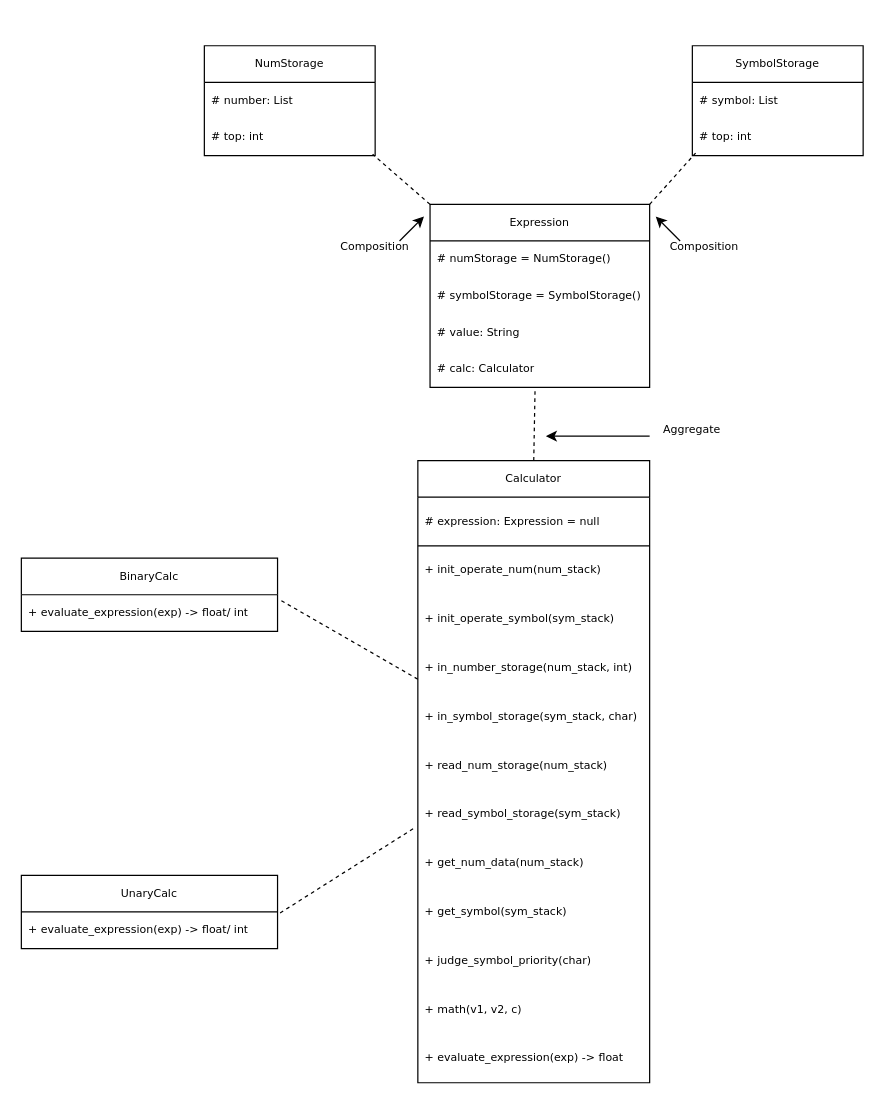
Earlier version of the draw.io diagram Lab1ClassDiagram.drawio (matty-gg/CSE2102-SP24-Lab1-Group19). Source tidied: cells renumbered, new cells numbered last; positions are measured from the earlier drawing's top-left corner, leaving out a move shared by most shapes. Both pictures are drawn from the tidied source at 122%, with x=0, y=0 at pixel (21, 45).
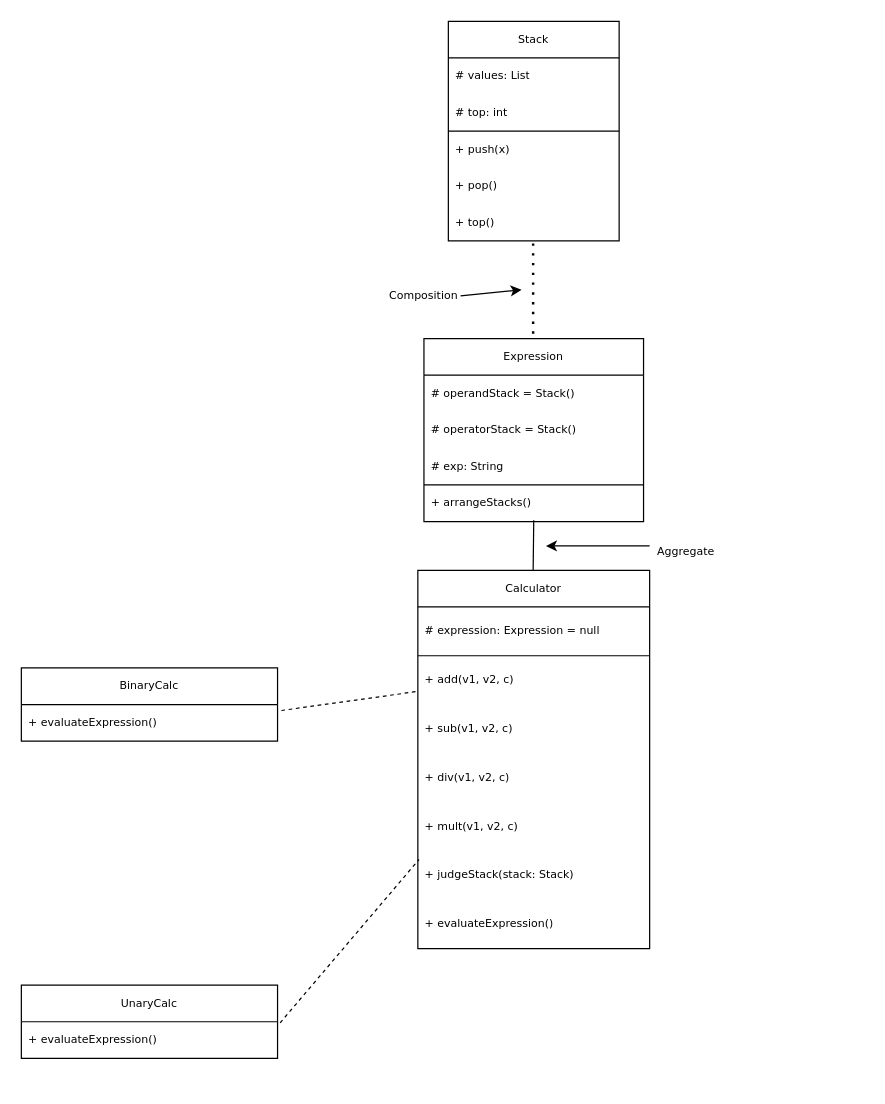
The same diagram, later.

The change refers to these unchanged cells:
```xml
<mxCell id="4" value="# top: int" style="text;strokeColor=none;fillColor=none;align=left;verticalAlign=middle;spacingLeft=4;spacingRight=4;overflow=hidden;points=[[0,0.5],[1,0.5]];portConstraint=eastwest;whiteSpace=wrap;html=1;perimeterSpacing=4;fontSize=9;fontFamily=Verdana;" parent="2" vertex="1">
  <mxGeometry y="60" width="140" height="30" as="geometry" />
</mxCell>
```

What changed in the source:
```diff
@@
-    <mxCell id="2" value="NumStorage" style="swimlane;fontStyle=0;horizontal=1;startSize=30;whiteSpace=wrap;html=1;fontSize=9;fontFamily=Verdana;" parent="1" vertex="1">
-      <mxGeometry x="150" width="140" height="90" as="geometry" />
+    <mxCell id="2" value="Stack" style="swimlane;fontStyle=0;horizontal=1;startSize=30;whiteSpace=wrap;html=1;fontSize=9;fontFamily=Verdana;" parent="1" vertex="1">
+      <mxGeometry x="350" y="-20" width="140" height="180" as="geometry" />
     </mxCell>
-    <mxCell id="3" value="# number: List" style="text;strokeColor=none;fillColor=none;align=left;verticalAlign=middle;spacingLeft=4;spacingRight=4;overflow=hidden;whiteSpace=wrap;html=1;fontSize=9;fontFamily=Verdana;" parent="2" vertex="1">
+    <mxCell id="3" value="# values: List" style="text;strokeColor=none;fillColor=none;align=left;verticalAlign=middle;spacingLeft=4;spacingRight=4;overflow=hidden;whiteSpace=wrap;html=1;fontSize=9;fontFamily=Verdana;" parent="2" vertex="1">
       <mxGeometry y="30" width="140" height="30" as="geometry" />
     </mxCell>
@@
-    <mxCell id="5" value="SymbolStorage" style="swimlane;fontStyle=0;horizontal=1;startSize=30;whiteSpace=wrap;html=1;fontSize=9;fontFamily=Verdana;" parent="1" vertex="1">
-      <mxGeometry x="550" width="140" height="90" as="geometry" />
-    </mxCell>
-    <mxCell id="6" value="# symbol: List" style="text;strokeColor=none;fillColor=none;align=left;verticalAlign=middle;spacingLeft=4;spacingRight=4;overflow=hidden;whiteSpace=wrap;html=1;fontSize=9;fontFamily=Verdana;" parent="5" vertex="1">
-      <mxGeometry y="30" width="140" height="30" as="geometry" />
-    </mxCell>
-    <mxCell id="7" value="# top: int" style="text;strokeColor=none;fillColor=none;align=left;verticalAlign=middle;spacingLeft=4;spacingRight=4;overflow=hidden;points=[[0,0.5],[1,0.5]];portConstraint=eastwest;whiteSpace=wrap;html=1;fontSize=9;fontFamily=Verdana;" parent="5" vertex="1">
-      <mxGeometry y="60" width="140" height="30" as="geometry" />
-    </mxCell>
+    <mxCell id="42" style="endArrow=none;html=1;rounded=0;" parent="2" edge="1">
+      <mxGeometry relative="1" as="geometry">
+        <mxPoint y="90" as="sourcePoint" />
+        <mxPoint x="140" y="90" as="targetPoint" />
+      </mxGeometry>
+    </mxCell>
+    <mxCell id="43" value="+ push(x)" style="text;strokeColor=none;fillColor=none;align=left;verticalAlign=middle;spacingLeft=4;spacingRight=4;overflow=hidden;whiteSpace=wrap;html=1;perimeterSpacing=4;fontSize=9;fontFamily=Verdana;" parent="2" vertex="1">
+      <mxGeometry y="90" width="140" height="30" as="geometry" />
+    </mxCell>
+    <mxCell id="44" value="+ pop()" style="text;strokeColor=none;fillColor=none;align=left;verticalAlign=middle;spacingLeft=4;spacingRight=4;overflow=hidden;whiteSpace=wrap;html=1;perimeterSpacing=4;fontSize=9;fontFamily=Verdana;" parent="2" vertex="1">
+      <mxGeometry y="120" width="140" height="30" as="geometry" />
+    </mxCell>
+    <mxCell id="45" value="+ top()" style="text;strokeColor=none;fillColor=none;align=left;verticalAlign=middle;spacingLeft=4;spacingRight=4;overflow=hidden;whiteSpace=wrap;html=1;perimeterSpacing=4;fontSize=9;fontFamily=Verdana;" parent="2" vertex="1">
+      <mxGeometry y="150" width="140" height="30" as="geometry" />
+    </mxCell>
     <mxCell id="8" value="Calculator" style="swimlane;fontStyle=0;horizontal=1;startSize=30;whiteSpace=wrap;html=1;fontSize=9;fontFamily=Verdana;" parent="1" vertex="1">
-      <mxGeometry x="325" y="340" width="190" height="510" as="geometry" />
+      <mxGeometry x="325" y="430" width="190" height="310" as="geometry" />
     </mxCell>
@@
-    <mxCell id="11" value="+ init_operate_num(num_stack)" style="text;strokeColor=none;fillColor=none;align=left;verticalAlign=middle;spacingLeft=4;spacingRight=4;overflow=hidden;whiteSpace=wrap;html=1;fontSize=9;fontFamily=Verdana;flipH=1;direction=east;" parent="8" vertex="1">
-      <mxGeometry y="70" width="190" height="40" as="geometry" />
-    </mxCell>
-    <mxCell id="12" value="+ init_operate_symbol(sym_stack)" style="text;strokeColor=none;fillColor=none;align=left;verticalAlign=middle;spacingLeft=4;spacingRight=4;overflow=hidden;whiteSpace=wrap;html=1;fontSize=9;fontFamily=Verdana;flipH=1;direction=east;" parent="8" vertex="1">
-      <mxGeometry y="110" width="190" height="40" as="geometry" />
-    </mxCell>
-    <mxCell id="13" value="+ in_number_storage(num_stack, int)" style="text;strokeColor=none;fillColor=none;align=left;verticalAlign=middle;spacingLeft=4;spacingRight=4;overflow=hidden;points=[[0,0.5],[1,0.5]];portConstraint=eastwest;whiteSpace=wrap;html=1;fontSize=9;fontFamily=Verdana;flipH=1;direction=east;" parent="8" vertex="1">
-      <mxGeometry y="150" width="190" height="40" as="geometry" />
-    </mxCell>
-    <mxCell id="14" value="+ in_symbol_storage(sym_stack, char)" style="text;strokeColor=none;fillColor=none;align=left;verticalAlign=middle;spacingLeft=4;spacingRight=4;overflow=hidden;whiteSpace=wrap;html=1;fontSize=9;fontFamily=Verdana;flipH=1;direction=east;" parent="8" vertex="1">
-      <mxGeometry y="190" width="190" height="40" as="geometry" />
-    </mxCell>
-    <mxCell id="15" value="+ read_num_storage(num_stack)" style="text;strokeColor=none;fillColor=none;align=left;verticalAlign=middle;spacingLeft=4;spacingRight=4;overflow=hidden;whiteSpace=wrap;html=1;fontSize=9;fontFamily=Verdana;flipH=1;direction=east;" parent="8" vertex="1">
-      <mxGeometry y="230" width="190" height="40" as="geometry" />
-    </mxCell>
-    <mxCell id="16" value="+ read_symbol_storage(sym_stack)" style="text;strokeColor=none;fillColor=none;align=left;verticalAlign=middle;spacingLeft=4;spacingRight=4;overflow=hidden;points=[[0,0.5],[1,0.5]];portConstraint=eastwest;whiteSpace=wrap;html=1;fontSize=9;fontFamily=Verdana;flipH=1;direction=east;" parent="8" vertex="1">
-      <mxGeometry y="270" width="190" height="40" as="geometry" />
-    </mxCell>
-    <mxCell id="17" value="+ get_num_data(num_stack)" style="text;strokeColor=none;fillColor=none;align=left;verticalAlign=middle;spacingLeft=4;spacingRight=4;overflow=hidden;whiteSpace=wrap;html=1;fontSize=9;fontFamily=Verdana;flipH=1;direction=east;" parent="8" vertex="1">
-      <mxGeometry y="310" width="190" height="40" as="geometry" />
-    </mxCell>
-    <mxCell id="18" value="+ get_symbol(sym_stack)" style="text;strokeColor=none;fillColor=none;align=left;verticalAlign=middle;spacingLeft=4;spacingRight=4;overflow=hidden;whiteSpace=wrap;html=1;fontSize=9;fontFamily=Verdana;flipH=1;direction=east;" parent="8" vertex="1">
-      <mxGeometry y="350" width="190" height="40" as="geometry" />
-    </mxCell>
-    <mxCell id="19" value="+ judge_symbol_priority(char)" style="text;strokeColor=none;fillColor=none;align=left;verticalAlign=middle;spacingLeft=4;spacingRight=4;overflow=hidden;whiteSpace=wrap;html=1;fontSize=9;fontFamily=Verdana;flipH=1;direction=east;" parent="8" vertex="1">
-      <mxGeometry y="390" width="190" height="40" as="geometry" />
-    </mxCell>
+    <mxCell id="46" value="+ add(v1, v2, c)" style="text;strokeColor=none;fillColor=none;align=left;verticalAlign=middle;spacingLeft=4;spacingRight=4;overflow=hidden;whiteSpace=wrap;html=1;fontSize=9;fontFamily=Verdana;flipH=1;direction=east;" parent="8" vertex="1">
+      <mxGeometry y="70" width="190" height="40" as="geometry" />
+    </mxCell>
+    <mxCell id="47" value="+ sub(v1, v2, c)" style="text;strokeColor=none;fillColor=none;align=left;verticalAlign=middle;spacingLeft=4;spacingRight=4;overflow=hidden;whiteSpace=wrap;html=1;fontSize=9;fontFamily=Verdana;flipH=1;direction=east;" parent="8" vertex="1">
+      <mxGeometry y="110" width="190" height="40" as="geometry" />
+    </mxCell>
+    <mxCell id="48" value="+ div(v1, v2, c)" style="text;strokeColor=none;fillColor=none;align=left;verticalAlign=middle;spacingLeft=4;spacingRight=4;overflow=hidden;whiteSpace=wrap;html=1;fontSize=9;fontFamily=Verdana;flipH=1;direction=east;" parent="8" vertex="1">
+      <mxGeometry y="150" width="190" height="40" as="geometry" />
+    </mxCell>
+    <mxCell id="49" value="+ mult(v1, v2, c)" style="text;strokeColor=none;fillColor=none;align=left;verticalAlign=middle;spacingLeft=4;spacingRight=4;overflow=hidden;whiteSpace=wrap;html=1;fontSize=9;fontFamily=Verdana;flipH=1;direction=east;" parent="8" vertex="1">
+      <mxGeometry y="190" width="190" height="40" as="geometry" />
+    </mxCell>
-    <mxCell id="20" value="+ math(v1, v2, c)" style="text;strokeColor=none;fillColor=none;align=left;verticalAlign=middle;spacingLeft=4;spacingRight=4;overflow=hidden;points=[[0,0.5],[1,0.5]];portConstraint=eastwest;whiteSpace=wrap;html=1;fontSize=9;fontFamily=Verdana;flipH=1;direction=east;" parent="8" vertex="1">
-      <mxGeometry y="430" width="190" height="40" as="geometry" />
+    <mxCell id="20" value="+ judgeStack(stack: Stack)" style="text;strokeColor=none;fillColor=none;align=left;verticalAlign=middle;spacingLeft=4;spacingRight=4;overflow=hidden;points=[[0,0.5],[1,0.5]];portConstraint=eastwest;whiteSpace=wrap;html=1;fontSize=9;fontFamily=Verdana;flipH=1;direction=east;" parent="8" vertex="1">
+      <mxGeometry y="230" width="190" height="40" as="geometry" />
     </mxCell>
-    <mxCell id="21" value="+ evaluate_expression(exp) -&amp;gt; float" style="text;strokeColor=none;fillColor=none;align=left;verticalAlign=middle;spacingLeft=4;spacingRight=4;overflow=hidden;whiteSpace=wrap;html=1;fontSize=9;fontFamily=Verdana;flipH=1;direction=east;" parent="8" vertex="1">
-      <mxGeometry y="470" width="190" height="40" as="geometry" />
+    <mxCell id="21" value="+ evaluateExpression()" style="text;strokeColor=none;fillColor=none;align=left;verticalAlign=middle;spacingLeft=4;spacingRight=4;overflow=hidden;whiteSpace=wrap;html=1;fontSize=9;fontFamily=Verdana;flipH=1;direction=east;" parent="8" vertex="1">
+      <mxGeometry y="270" width="190" height="40" as="geometry" />
     </mxCell>
     <mxCell id="22" value="Expression" style="swimlane;fontStyle=0;horizontal=1;startSize=30;whiteSpace=wrap;html=1;fontFamily=Verdana;fontSize=9;" parent="1" vertex="1">
-      <mxGeometry x="335" y="130" width="180" height="150" as="geometry" />
+      <mxGeometry x="330" y="240" width="180" height="150" as="geometry" />
     </mxCell>
-    <mxCell id="23" value="# numStorage = NumStorage()" style="text;strokeColor=none;fillColor=none;align=left;verticalAlign=middle;spacingLeft=4;spacingRight=4;overflow=hidden;whiteSpace=wrap;html=1;fontFamily=Verdana;fontSize=9;" parent="22" vertex="1">
+    <mxCell id="23" value="# operandStack = Stack()" style="text;strokeColor=none;fillColor=none;align=left;verticalAlign=middle;spacingLeft=4;spacingRight=4;overflow=hidden;whiteSpace=wrap;html=1;fontFamily=Verdana;fontSize=9;" parent="22" vertex="1">
       <mxGeometry y="30" width="180" height="30" as="geometry" />
     </mxCell>
-    <mxCell id="24" value="# symbolStorage = SymbolStorage()" style="text;strokeColor=none;fillColor=none;align=left;verticalAlign=middle;spacingLeft=4;spacingRight=4;overflow=hidden;whiteSpace=wrap;html=1;fontFamily=Verdana;fontSize=9;" parent="22" vertex="1">
-      <mxGeometry y="60" width="180" height="30" as="geometry" />
-    </mxCell>
+    <mxCell id="50" value="# operatorStack = Stack()" style="text;strokeColor=none;fillColor=none;align=left;verticalAlign=middle;spacingLeft=4;spacingRight=4;overflow=hidden;whiteSpace=wrap;html=1;fontFamily=Verdana;fontSize=9;" parent="22" vertex="1">
+      <mxGeometry y="60" width="180" height="30" as="geometry" />
+    </mxCell>
-    <mxCell id="25" value="# value: String" style="text;strokeColor=none;fillColor=none;align=left;verticalAlign=middle;spacingLeft=4;spacingRight=4;overflow=hidden;whiteSpace=wrap;html=1;fontFamily=Verdana;fontSize=9;" parent="22" vertex="1">
+    <mxCell id="25" value="# exp: String" style="text;strokeColor=none;fillColor=none;align=left;verticalAlign=middle;spacingLeft=4;spacingRight=4;overflow=hidden;whiteSpace=wrap;html=1;fontFamily=Verdana;fontSize=9;" parent="22" vertex="1">
       <mxGeometry y="90" width="180" height="30" as="geometry" />
     </mxCell>
-    <mxCell id="26" value="# calc: Calculator" style="text;strokeColor=none;fillColor=none;align=left;verticalAlign=middle;spacingLeft=4;spacingRight=4;overflow=hidden;points=[[0,0.5],[1,0.5]];portConstraint=eastwest;whiteSpace=wrap;html=1;fontFamily=Verdana;fontSize=9;" parent="22" vertex="1">
-      <mxGeometry y="120" width="180" height="30" as="geometry" />
-    </mxCell>
-    <mxCell id="27" value="&lt;font style=&quot;font-size: 9px;&quot;&gt;Composition&lt;/font&gt;" style="text;html=1;strokeColor=none;fillColor=none;align=center;verticalAlign=middle;whiteSpace=wrap;rounded=0;fontSize=9;fontFamily=Verdana;" parent="1" vertex="1">
-      <mxGeometry x="530" y="150" width="60" height="30" as="geometry" />
-    </mxCell>
-    <mxCell id="28" style="endArrow=classic;html=1;rounded=0;fontSize=9;fontFamily=Verdana;" parent="1" edge="1">
-      <mxGeometry relative="1" as="geometry">
-        <mxPoint x="540" y="160" as="sourcePoint" />
-        <mxPoint x="520" y="140" as="targetPoint" />
-      </mxGeometry>
-    </mxCell>
+    <mxCell id="51" style="endArrow=none;html=1;rounded=0;" parent="22" edge="1">
+      <mxGeometry relative="1" as="geometry">
+        <mxPoint y="120" as="sourcePoint" />
+        <mxPoint x="180" y="120" as="targetPoint" />
+      </mxGeometry>
+    </mxCell>
+    <mxCell id="52" value="+ arrangeStacks()" style="text;strokeColor=none;fillColor=none;align=left;verticalAlign=middle;spacingLeft=4;spacingRight=4;overflow=hidden;points=[[0,0.5],[1,0.5]];portConstraint=eastwest;whiteSpace=wrap;html=1;fontFamily=Verdana;fontSize=9;" parent="22" vertex="1">
+      <mxGeometry y="120" width="180" height="30" as="geometry" />
+    </mxCell>
     <mxCell id="29" value="&lt;font style=&quot;font-size: 9px;&quot;&gt;Composition&lt;/font&gt;" style="text;html=1;strokeColor=none;fillColor=none;align=center;verticalAlign=middle;whiteSpace=wrap;rounded=0;fontSize=9;fontFamily=Verdana;" parent="1" vertex="1">
-      <mxGeometry x="260" y="150" width="60" height="30" as="geometry" />
+      <mxGeometry x="300" y="190" width="60" height="30" as="geometry" />
     </mxCell>
-    <mxCell id="30" style="endArrow=classic;html=1;rounded=0;fontSize=9;fontFamily=Verdana;" parent="1" edge="1">
+    <mxCell id="30" style="endArrow=classic;html=1;rounded=0;fontSize=9;fontFamily=Verdana;exitX=1;exitY=0.5;exitDx=0;exitDy=0;" parent="1" edge="1" source="29">
       <mxGeometry relative="1" as="geometry">
-        <mxPoint x="310" y="160" as="sourcePoint" />
-        <mxPoint x="330" y="140" as="targetPoint" />
+        <mxPoint x="410" y="200" as="targetPoint" />
       </mxGeometry>
     </mxCell>
-    <mxCell id="31" style="endArrow=none;dashed=1;html=1;rounded=0;entryX=0.959;entryY=0.868;entryDx=0;entryDy=0;entryPerimeter=0;exitX=0;exitY=0;exitDx=0;exitDy=0;fontSize=9;fontFamily=Verdana;" parent="1" edge="1" source="22" target="4">
-      <mxGeometry relative="1" as="geometry" />
-    </mxCell>
-    <mxCell id="32" style="endArrow=none;dashed=1;html=1;rounded=0;exitX=1;exitY=0;exitDx=0;exitDy=0;entryX=0.019;entryY=0.932;entryDx=0;entryDy=0;entryPerimeter=0;fontSize=9;fontFamily=Verdana;" parent="1" edge="1" source="22" target="7">
-      <mxGeometry relative="1" as="geometry" />
-    </mxCell>
-    <mxCell id="33" style="endArrow=none;dashed=1;html=1;rounded=0;exitX=0.5;exitY=0;exitDx=0;exitDy=0;entryX=0.478;entryY=1.104;entryDx=0;entryDy=0;entryPerimeter=0;fontSize=9;fontFamily=Verdana;" parent="1" edge="1" source="8" target="26">
-      <mxGeometry relative="1" as="geometry" />
-    </mxCell>
     <mxCell id="34" style="endArrow=classic;html=1;rounded=0;fontSize=9;fontFamily=Verdana;" parent="1" edge="1">
       <mxGeometry relative="1" as="geometry">
-        <mxPoint x="515" y="320" as="sourcePoint" />
-        <mxPoint x="430" y="320" as="targetPoint" />
+        <mxPoint x="515" y="410" as="sourcePoint" />
+        <mxPoint x="430" y="410" as="targetPoint" />
       </mxGeometry>
     </mxCell>
     <mxCell id="35" value="Aggregate" style="rounded=0;whiteSpace=wrap;html=1;strokeColor=none;fillColor=none;fontSize=9;fontFamily=Verdana;" parent="1" vertex="1">
-      <mxGeometry x="515" y="300" width="70" height="30" as="geometry" />
+      <mxGeometry x="510" y="400" width="70" height="30" as="geometry" />
     </mxCell>
     <mxCell id="36" value="BinaryCalc" style="swimlane;fontStyle=0;horizontal=1;startSize=30;whiteSpace=wrap;html=1;fontSize=9;fontFamily=Verdana;" parent="1" vertex="1">
-      <mxGeometry y="420" width="210" height="60" as="geometry" />
+      <mxGeometry y="510" width="210" height="60" as="geometry" />
     </mxCell>
-    <mxCell id="37" value="+ evaluate_expression(exp) -&amp;gt; float/ int" style="text;strokeColor=none;fillColor=none;align=left;verticalAlign=middle;spacingLeft=4;spacingRight=4;overflow=hidden;points=[[0,0.5],[1,0.5]];portConstraint=eastwest;whiteSpace=wrap;html=1;fontSize=9;fontFamily=Verdana;" parent="36" vertex="1">
+    <mxCell id="37" value="+ evaluateExpression()&amp;nbsp;" style="text;strokeColor=none;fillColor=none;align=left;verticalAlign=middle;spacingLeft=4;spacingRight=4;overflow=hidden;points=[[0,0.5],[1,0.5]];portConstraint=eastwest;whiteSpace=wrap;html=1;fontSize=9;fontFamily=Verdana;" parent="36" vertex="1">
       <mxGeometry y="30" width="210" height="30" as="geometry" />
     </mxCell>
     <mxCell id="38" value="UnaryCalc" style="swimlane;fontStyle=0;horizontal=1;startSize=30;whiteSpace=wrap;html=1;fontSize=9;fontFamily=Verdana;" parent="1" vertex="1">
-      <mxGeometry y="680" width="210" height="60" as="geometry" />
+      <mxGeometry y="770" width="210" height="60" as="geometry" />
     </mxCell>
-    <mxCell id="39" value="+ evaluate_expression(exp) -&amp;gt; float/ int" style="text;strokeColor=none;fillColor=none;align=left;verticalAlign=middle;spacingLeft=4;spacingRight=4;overflow=hidden;points=[[0,0.5],[1,0.5]];portConstraint=eastwest;whiteSpace=wrap;html=1;fontSize=9;fontFamily=Verdana;" parent="38" vertex="1">
+    <mxCell id="39" value="+ evaluateExpression()" style="text;strokeColor=none;fillColor=none;align=left;verticalAlign=middle;spacingLeft=4;spacingRight=4;overflow=hidden;points=[[0,0.5],[1,0.5]];portConstraint=eastwest;whiteSpace=wrap;html=1;fontSize=9;fontFamily=Verdana;" parent="38" vertex="1">
       <mxGeometry y="30" width="210" height="30" as="geometry" />
     </mxCell>
-    <mxCell id="40" style="endArrow=none;dashed=1;html=1;rounded=0;entryX=1;entryY=0.731;entryDx=0;entryDy=0;entryPerimeter=0;exitX=1.015;exitY=0.163;exitDx=0;exitDy=0;exitPerimeter=0;" parent="1" edge="1" source="37" target="13">
-      <mxGeometry relative="1" as="geometry" />
+    <mxCell id="40" style="endArrow=none;dashed=1;html=1;rounded=0;entryX=1;entryY=0.731;entryDx=0;entryDy=0;entryPerimeter=0;exitX=1.015;exitY=0.163;exitDx=0;exitDy=0;exitPerimeter=0;" parent="1" edge="1" source="37">
+      <mxGeometry relative="1" as="geometry">
+        <mxPoint x="325" y="529.2" as="targetPoint" />
+      </mxGeometry>
     </mxCell>
-    <mxCell id="41" style="endArrow=none;dashed=1;html=1;rounded=0;exitX=1.01;exitY=0.029;exitDx=0;exitDy=0;exitPerimeter=0;entryX=1.01;entryY=0.764;entryDx=0;entryDy=0;entryPerimeter=0;" parent="1" edge="1" source="39" target="16">
+    <mxCell id="41" style="endArrow=none;dashed=1;html=1;rounded=0;exitX=1.01;exitY=0.029;exitDx=0;exitDy=0;exitPerimeter=0;entryX=0.995;entryY=0.175;entryDx=0;entryDy=0;entryPerimeter=0;" parent="1" edge="1" source="39" target="20">
       <mxGeometry relative="1" as="geometry" />
     </mxCell>
+    <mxCell id="53" style="endArrow=none;dashed=1;html=1;dashPattern=1 3;strokeWidth=2;rounded=0;exitX=0.5;exitY=0;exitDx=0;exitDy=0;" parent="1" edge="1">
+      <mxGeometry relative="1" as="geometry">
+        <mxPoint x="419.5" y="236" as="sourcePoint" />
+        <mxPoint x="419.5" y="160" as="targetPoint" />
+      </mxGeometry>
+    </mxCell>
+    <mxCell id="54" style="endArrow=none;html=1;rounded=0;entryX=0.5;entryY=0.967;entryDx=0;entryDy=0;entryPerimeter=0;" parent="1" edge="1" target="52">
+      <mxGeometry relative="1" as="geometry">
+        <mxPoint x="419.5" y="430" as="sourcePoint" />
+      </mxGeometry>
+    </mxCell>
```
